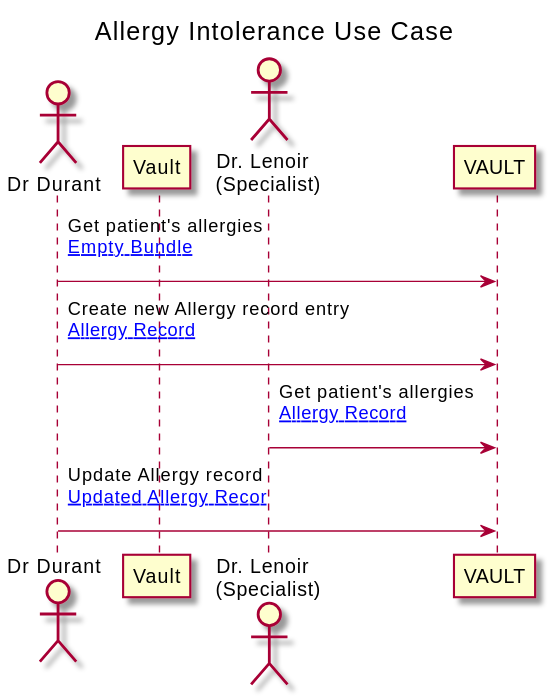
Above: branches/master/ExampleScenario-example-1-scenario.svg in costateixeira/hl7-be-fhir-medication (PlantUML), before the change.
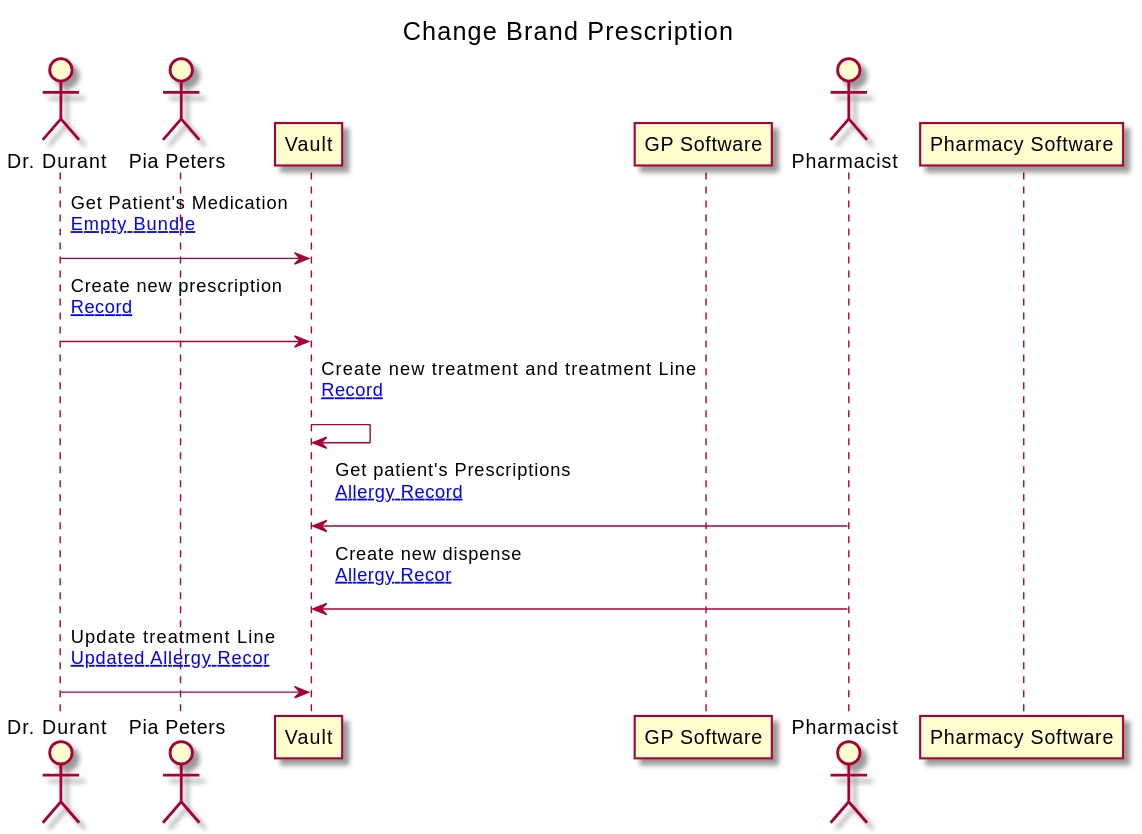
After the commit.

What changed in the source:
```diff
@@ -1,20 +1,25 @@
 @startuml
 
 
-Title Allergy Intolerance Use Case
+Title Change Brand Prescription
 
-actor "Dr Durant" as GP
-participant "Vault" as VALUT
-actor "Dr. Lenoir \n (Specialist)" as SPEC
+actor "Dr. Durant" as GP
+actor "Pia Peters" as PATIENT
+participant "Vault" as VAULT
+participant "GP Software" as GPSOFT
+actor "Pharmacist" as PHARM
+participant "Pharmacy Software" as PHARMSOFT
 
 
 
 
 
-    GP-> VAULT : Get patient's allergies\n[[ExampleScenario-example-1-scenario-resources.html#EB Empty Bundle]]\n
-    GP-> VAULT : Create new Allergy record entry\n[[ExampleScenario-example-1-scenario-resources.html#noel-allergy.v0 Allergy Record]]\n
-    SPEC-> VAULT : Get patient's allergies\n[[ExampleScenario-example-1-scenario-resources.html#noel-allergy.v0 Allergy Record]]\n
-    GP-> VAULT : Update Allergy record\n[[ExampleScenario-example-1-scenario-resources.html#noel-allergy.v1 Updated Allergy Recor]]\n
+    GP-> VAULT : Get Patient's Medication\n[[ExampleScenario-example-1-scenario-resources.html#EB Empty Bundle]]\n
+    GP-> VAULT : Create new prescription\n[[ExampleScenario-example-1-scenario-resources.html#Allergy Record]]\n
+    VAULT-> VAULT : Create new treatment and treatment Line\n[[ExampleScenario-example-1-scenario-resources.html#Allergy Record]]\n
+    PHARM-> VAULT : Get patient's Prescriptions\n[[ExampleScenario-example-1-scenario-resources.html#noel-allergy.v0 Allergy Record]]\n
+    PHARM-> VAULT : Create new dispense\n[[ExampleScenario-example-1-scenario-resources.html#Updated Allergy Recor]]\n
+    GP-> VAULT : Update treatment Line\n[[ExampleScenario-example-1-scenario-resources.html#noel-allergy.v1 Updated Allergy Recor]]\n
 
 
 @enduml
```
